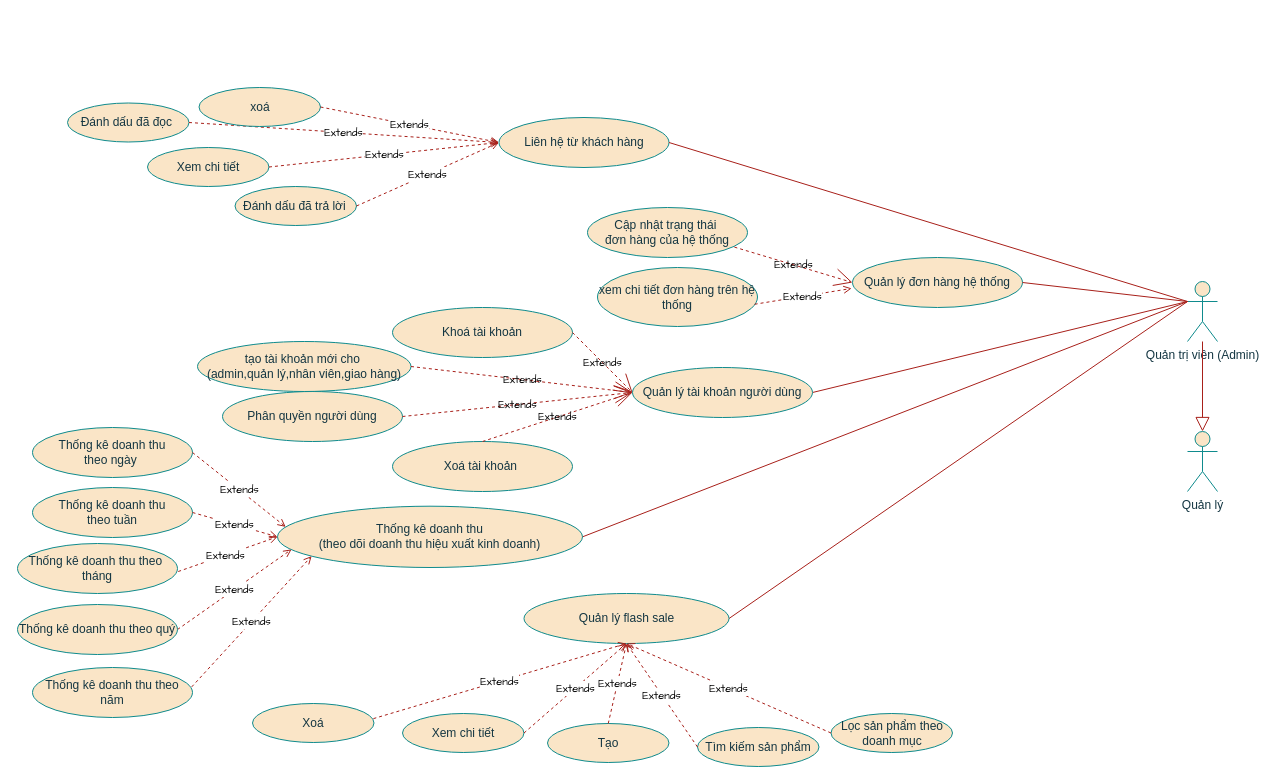
Earlier version of the draw.io diagram page "ÀDMIN" (4 of 5) of Sơ đồ/UseCaseBakeryLuna.diagram.drawio (Thong5279/LunaBakeryDeploy). Source tidied: cells renumbered, new cells numbered last; positions are measured from the earlier drawing's top-left corner, leaving out a move shared by most shapes. Both pictures are drawn from the tidied source at 100%, with x=0, y=0 at pixel (17, 87).
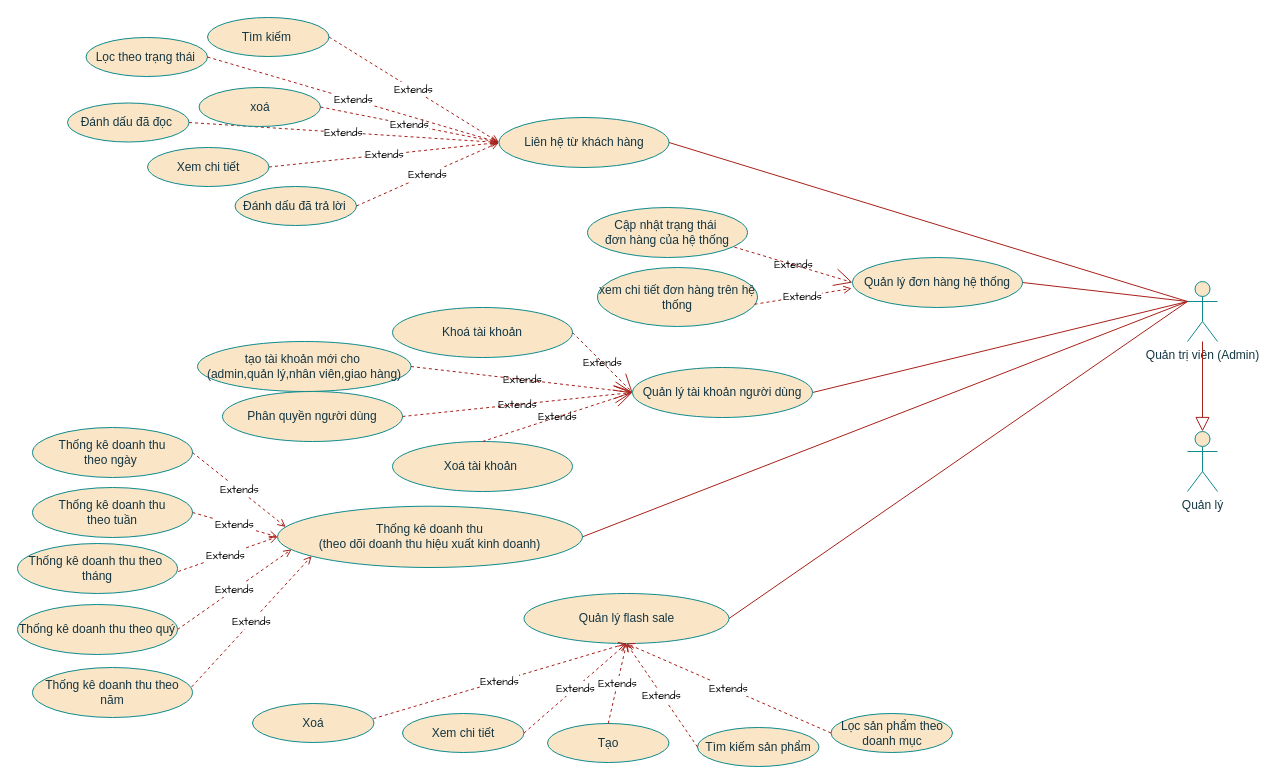
Above is the later version.

The change refers to these unchanged cells:
```xml
<mxCell id="44" value="Liên hệ từ khách hàng" style="ellipse;whiteSpace=wrap;html=1;labelBackgroundColor=none;fillColor=#FAE5C7;strokeColor=#0F8B8D;fontColor=#143642;" parent="1" vertex="1">
  <mxGeometry x="481.5" y="30" width="170" height="50" as="geometry" />
</mxCell>
```

What changed in the source:
```diff
@@
+    <mxCell id="56" value="Lọc theo trạng thái&amp;nbsp;" style="ellipse;whiteSpace=wrap;html=1;labelBackgroundColor=none;fillColor=#FAE5C7;strokeColor=#0F8B8D;fontColor=#143642;" parent="1" vertex="1">
+      <mxGeometry x="68.5" y="-50" width="121.5" height="39" as="geometry" />
+    </mxCell>
+    <mxCell id="57" value="&lt;span style=&quot;color: rgb(0, 0, 0); font-family: &amp;quot;Architects Daughter&amp;quot;; font-size: 11px; font-style: normal; font-variant-ligatures: normal; font-variant-caps: normal; font-weight: 400; letter-spacing: normal; orphans: 2; text-align: center; text-indent: 0px; text-transform: none; widows: 2; word-spacing: 0px; -webkit-text-stroke-width: 0px; white-space: nowrap; background-color: rgb(255, 255, 255); text-decoration-thickness: initial; text-decoration-style: initial; text-decoration-color: initial; display: inline !important; float: none;&quot;&gt;Extends&lt;/span&gt;" style="rounded=0;jettySize=auto;html=1;exitX=1;exitY=0.5;exitDx=0;exitDy=0;entryX=0;entryY=0.5;entryDx=0;entryDy=0;dashed=1;endArrow=open;endFill=0;strokeColor=#A8201A;" parent="1" edge="1" source="56" target="44">
+      <mxGeometry relative="1" as="geometry" />
+    </mxCell>
+    <mxCell id="58" value="Tìm kiếm&amp;nbsp;" style="ellipse;whiteSpace=wrap;html=1;labelBackgroundColor=none;fillColor=#FAE5C7;strokeColor=#0F8B8D;fontColor=#143642;" parent="1" vertex="1">
+      <mxGeometry x="190" y="-70" width="121.5" height="39" as="geometry" />
+    </mxCell>
+    <mxCell id="59" value="&lt;span style=&quot;color: rgb(0, 0, 0); font-family: &amp;quot;Architects Daughter&amp;quot;; font-size: 11px; font-style: normal; font-variant-ligatures: normal; font-variant-caps: normal; font-weight: 400; letter-spacing: normal; orphans: 2; text-align: center; text-indent: 0px; text-transform: none; widows: 2; word-spacing: 0px; -webkit-text-stroke-width: 0px; white-space: nowrap; background-color: rgb(255, 255, 255); text-decoration-thickness: initial; text-decoration-style: initial; text-decoration-color: initial; display: inline !important; float: none;&quot;&gt;Extends&lt;/span&gt;" style="rounded=0;jettySize=auto;html=1;exitX=1;exitY=0.5;exitDx=0;exitDy=0;entryX=0;entryY=0.5;entryDx=0;entryDy=0;dashed=1;endArrow=open;endFill=0;strokeColor=#A8201A;" parent="1" edge="1" source="58" target="44">
+      <mxGeometry relative="1" as="geometry" />
+    </mxCell>
```
